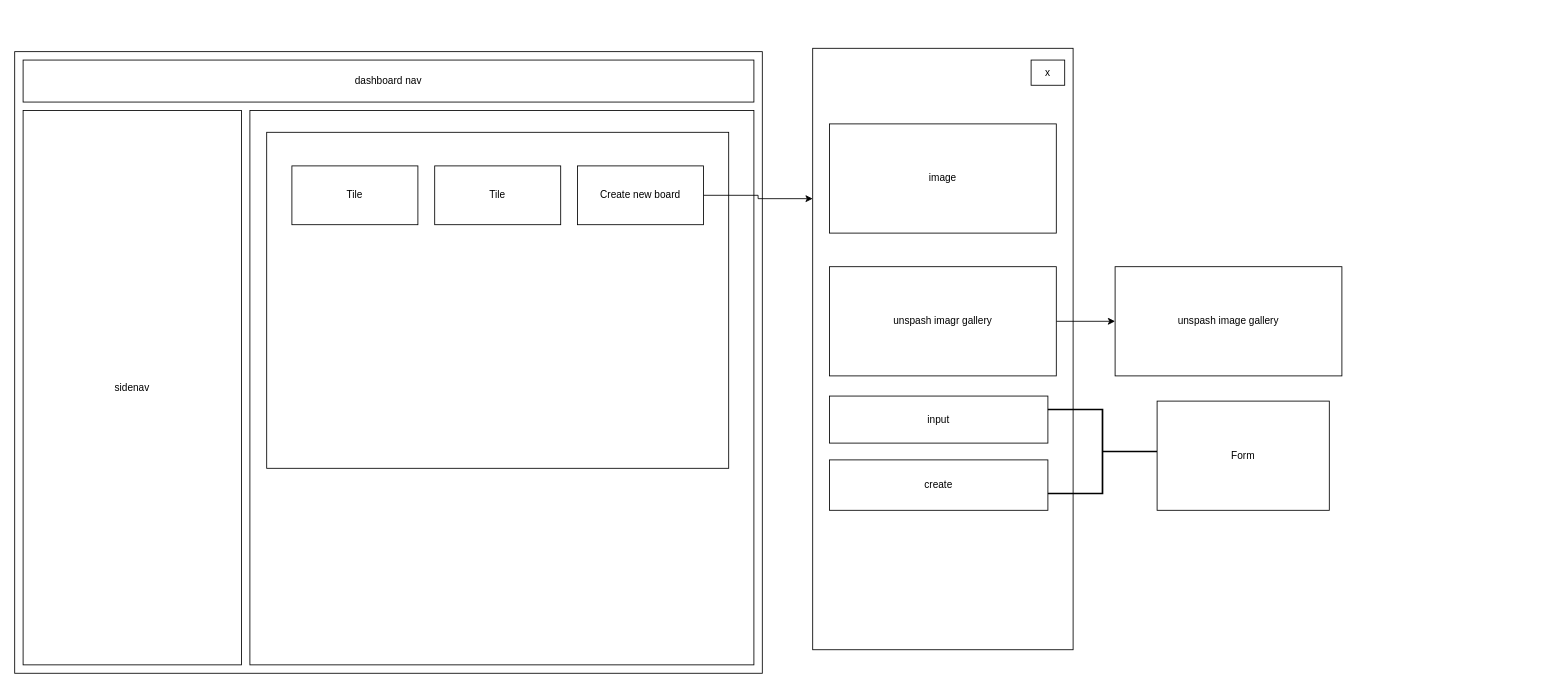
Before: page "Boards Page" (2 of 3) of public/Untitled Diagram.drawio in eric-nichols-nyc/trellnode, a draw.io diagram. Source tidied: cells renumbered, new cells numbered last; positions are measured from the earlier drawing's top-left corner, leaving out a move shared by most shapes. Both pictures are drawn from the tidied source at 84%, with x=0, y=0 at pixel (14, 48).
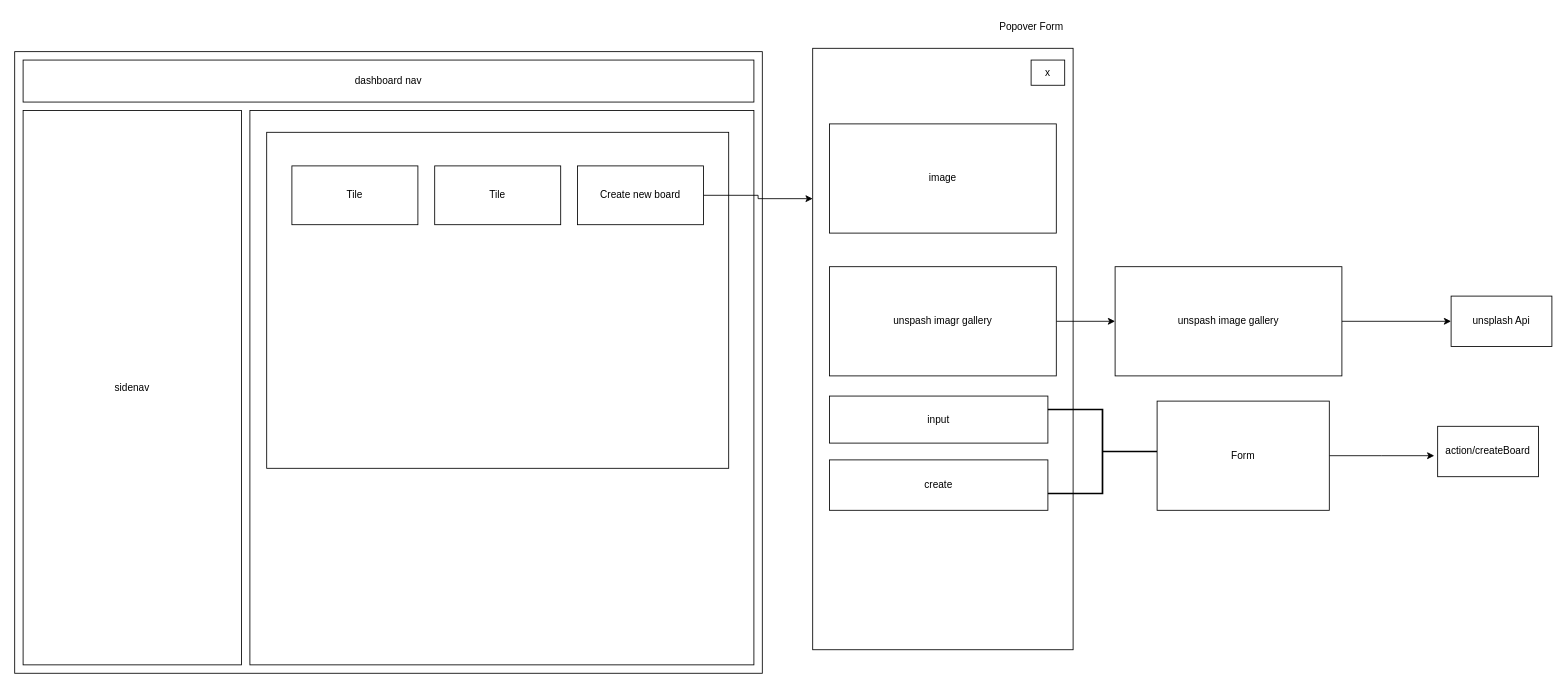
Above is the later version.

The change refers to these unchanged cells:
```xml
<mxCell id="13" value="unspash image gallery" style="rounded=0;whiteSpace=wrap;html=1;" parent="1" vertex="1">
  <mxGeometry x="1310" y="260" width="270" height="130" as="geometry" />
</mxCell>
<mxCell id="15" value="Form" style="rounded=0;whiteSpace=wrap;html=1;" parent="1" vertex="1">
  <mxGeometry x="1360" y="420" width="205" height="130" as="geometry" />
</mxCell>
```

The edit, as a diff of the source:
```diff
@@
+    <mxCell id="21" style="edgeStyle=orthogonalEdgeStyle;rounded=0;jettySize=auto;html=1;" parent="1" edge="1" source="13" target="24">
+      <mxGeometry relative="1" as="geometry" />
+    </mxCell>
@@
+    <mxCell id="22" style="edgeStyle=orthogonalEdgeStyle;rounded=0;jettySize=auto;html=1;" parent="1" edge="1" source="15">
+      <mxGeometry relative="1" as="geometry">
+        <mxPoint x="1690" y="485" as="targetPoint" />
+      </mxGeometry>
+    </mxCell>
@@
+    <mxCell id="23" value="action/createBoard" style="rounded=0;whiteSpace=wrap;html=1;" parent="1" vertex="1">
+      <mxGeometry x="1694" y="450" width="120" height="60" as="geometry" />
+    </mxCell>
+    <mxCell id="24" value="unsplash Api" style="rounded=0;whiteSpace=wrap;html=1;" parent="1" vertex="1">
+      <mxGeometry x="1710" y="295" width="120" height="60" as="geometry" />
+    </mxCell>
+    <mxCell id="25" value="Popover Form&lt;br&gt;" style="text;html=1;align=center;verticalAlign=middle;strokeColor=none;fillColor=none;" parent="1" vertex="1">
+      <mxGeometry x="1160" y="-40" width="100" height="30" as="geometry" />
+    </mxCell>
```
